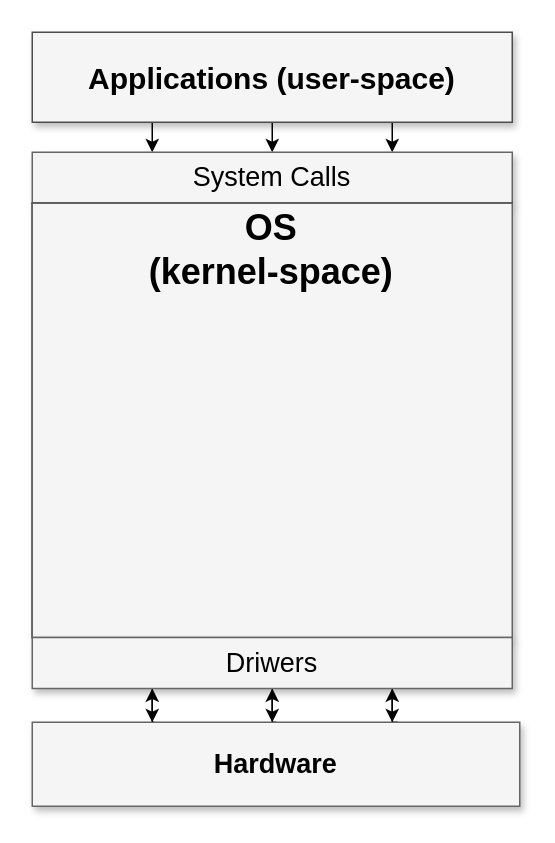
Earlier version of the draw.io diagram page "All" (1 of 4) of Operating_Systems/img/OS.drawio (Steindvart/My_study). Source tidied: cells renumbered, new cells numbered last; positions are measured from the earlier drawing's top-left corner, leaving out a move shared by most shapes. Both pictures are drawn from the tidied source at 150%, with x=0, y=0 at pixel (32, 32).
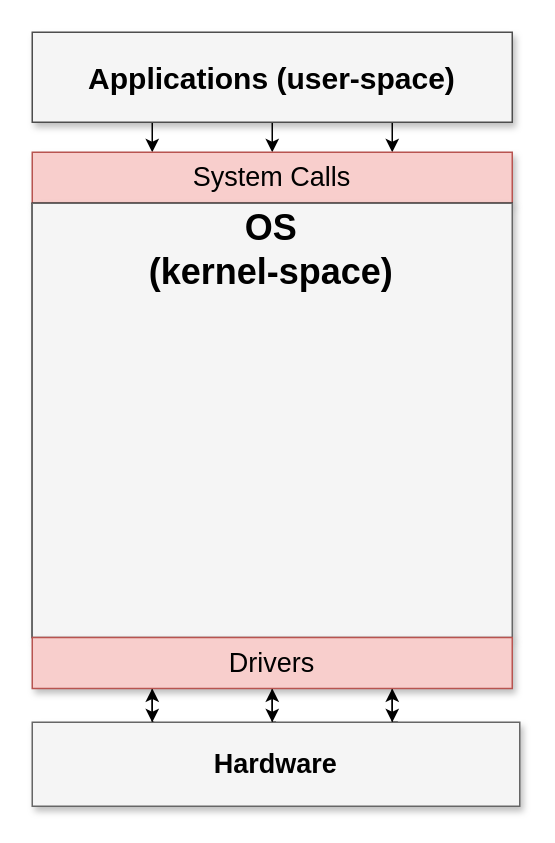
Above is the later version.

The edit, as a diff of the source:
```diff
@@
-    <mxCell id="13" value="System Calls" style="whiteSpace=wrap;html=1;shadow=1;fontSize=18;fillColor=#f5f5f5;strokeColor=#666666;" parent="1" vertex="1">
+    <mxCell id="13" value="System Calls" style="whiteSpace=wrap;html=1;shadow=1;fontSize=18;fillColor=#f8cecc;strokeColor=#b85450;" parent="1" vertex="1">
       <mxGeometry y="80" width="320" height="34" as="geometry" />
     </mxCell>
@@
-    <mxCell id="20" value="Driwers" style="whiteSpace=wrap;html=1;shadow=1;fontSize=18;fillColor=#f5f5f5;strokeColor=#666666;" parent="1" vertex="1">
+    <mxCell id="20" value="Drivers" style="whiteSpace=wrap;html=1;shadow=1;fontSize=18;fillColor=#f8cecc;strokeColor=#b85450;" parent="1" vertex="1">
       <mxGeometry y="403.5" width="320" height="34" as="geometry" />
     </mxCell>
```
